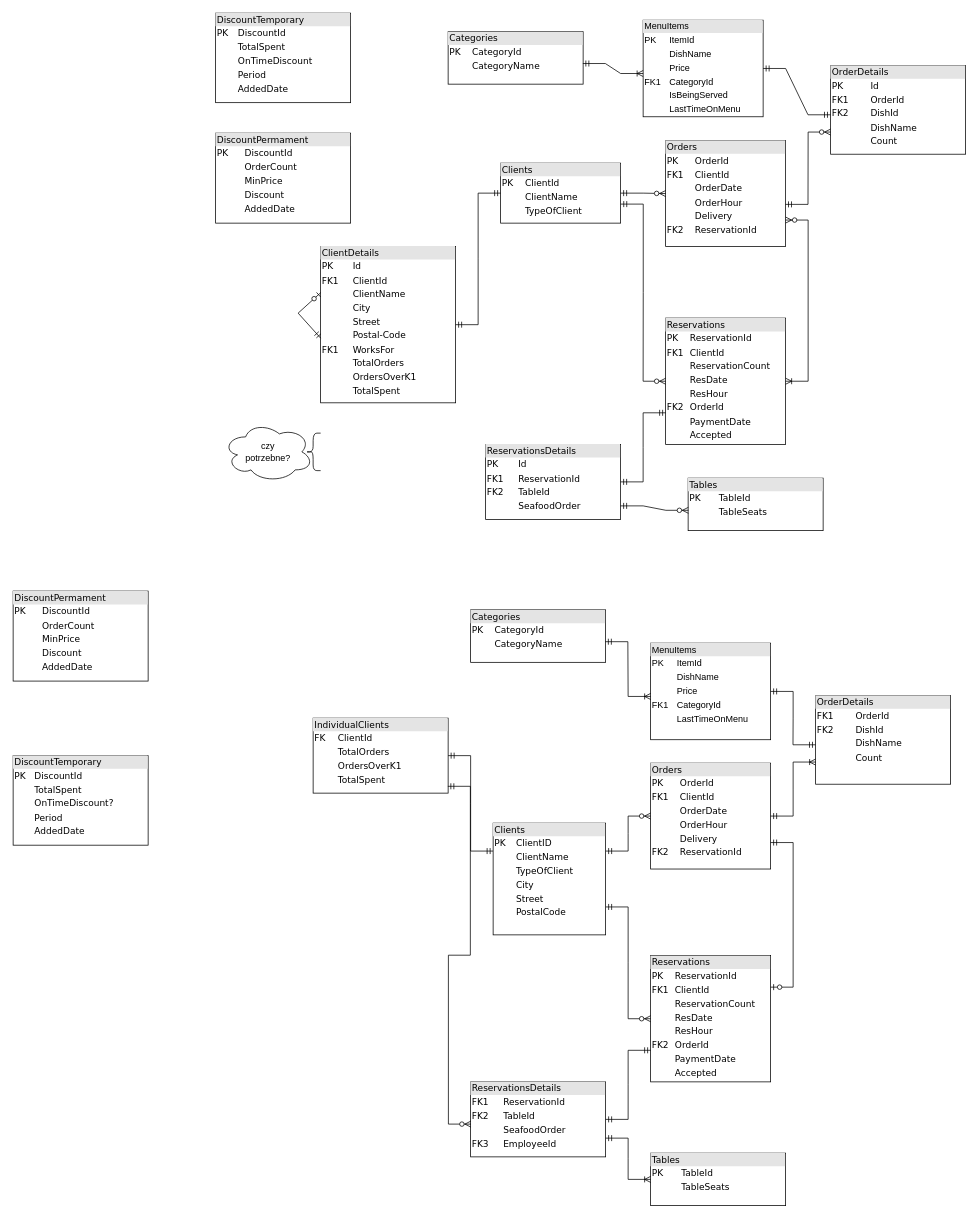
This is DataBaseSchema.drawio from mczajor/DataBases, a draw.io file, before an edit. Source tidied: cells renumbered, new cells numbered last; positions are measured from the earlier drawing's top-left corner, leaving out a move shared by most shapes. Both pictures are drawn from the tidied source at 75%, with x=0, y=0 at pixel (13, 13).
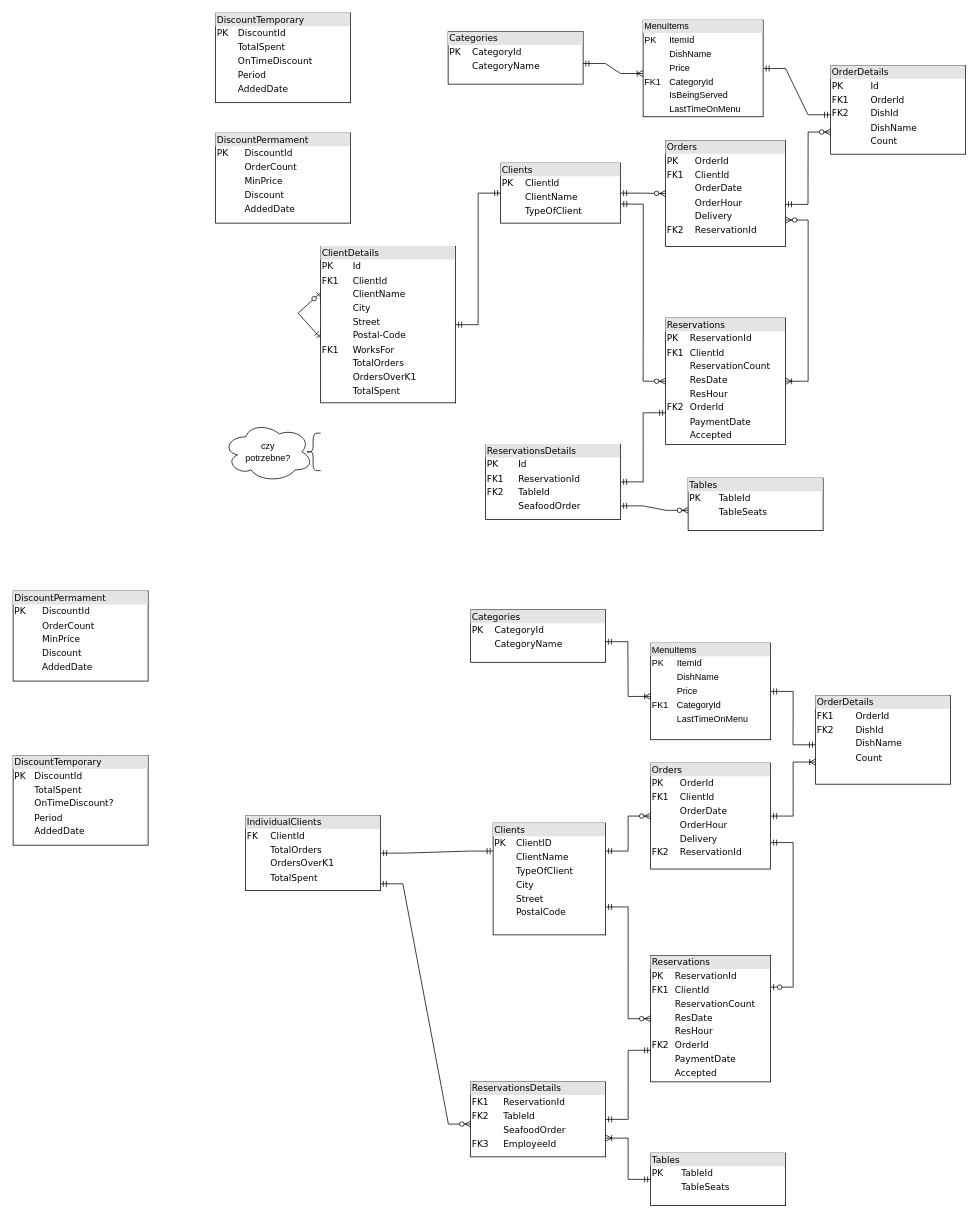
The same diagram, later.

The change refers to these unchanged cells:
```xml
<mxCell id="30" value="&lt;div style=&quot;box-sizing:border-box;width:100%;background:#e4e4e4;padding:2px;&quot;&gt;Tables&lt;/div&gt;&lt;table style=&quot;width:100%;font-size:1em;&quot; cellspacing=&quot;0&quot; cellpadding=&quot;2&quot;&gt;&lt;tbody&gt;&lt;tr&gt;&lt;td&gt;PK&lt;br&gt;&lt;/td&gt;&lt;td&gt;TableId&lt;/td&gt;&lt;/tr&gt;&lt;tr&gt;&lt;td&gt;&lt;br&gt;&lt;/td&gt;&lt;td&gt;TableSeats&lt;/td&gt;&lt;/tr&gt;&lt;/tbody&gt;&lt;/table&gt;" style="verticalAlign=top;align=left;overflow=fill;html=1;rounded=0;shadow=0;comic=0;labelBackgroundColor=none;strokeWidth=1;fontFamily=Verdana;fontSize=12;" parent="1" vertex="1">
  <mxGeometry x="850" y="1520" width="180" height="70" as="geometry" />
</mxCell>
<mxCell id="31" value="&lt;div style=&quot;box-sizing: border-box ; width: 100% ; background: #e4e4e4 ; padding: 2px&quot;&gt;ReservationsDetails&lt;/div&gt;&lt;table style=&quot;width: 100% ; font-size: 1em&quot; cellspacing=&quot;0&quot; cellpadding=&quot;2&quot;&gt;&lt;tbody&gt;&lt;tr&gt;&lt;td&gt;FK1&lt;br&gt;&lt;/td&gt;&lt;td&gt;ReservationId&lt;/td&gt;&lt;/tr&gt;&lt;tr&gt;&lt;td&gt;FK2&lt;br&gt;&lt;/td&gt;&lt;td&gt;TableId&lt;br&gt;&lt;/td&gt;&lt;/tr&gt;&lt;tr&gt;&lt;td&gt;&lt;br&gt;&lt;/td&gt;&lt;td&gt;SeafoodOrder&lt;br&gt;&lt;/td&gt;&lt;/tr&gt;&lt;tr&gt;&lt;td&gt;FK3&lt;br&gt;&lt;/td&gt;&lt;td&gt;EmployeeId&lt;br&gt;&lt;/td&gt;&lt;/tr&gt;&lt;/tbody&gt;&lt;/table&gt;" style="verticalAlign=top;align=left;overflow=fill;html=1;rounded=0;shadow=0;comic=0;labelBackgroundColor=none;strokeWidth=1;fontFamily=Verdana;fontSize=12;" parent="1" vertex="1">
  <mxGeometry x="610" y="1425" width="180" height="100" as="geometry" />
</mxCell>
```

The edit, as a diff of the source:
```diff
@@
     <mxCell id="41" value="&lt;div style=&quot;box-sizing: border-box ; width: 100% ; background: #e4e4e4 ; padding: 2px&quot;&gt;IndividualClients&lt;/div&gt;&lt;table style=&quot;width: 100% ; font-size: 1em&quot; cellspacing=&quot;0&quot; cellpadding=&quot;2&quot;&gt;&lt;tbody&gt;&lt;tr&gt;&lt;td&gt;FK&lt;/td&gt;&lt;td&gt;ClientId&lt;/td&gt;&lt;/tr&gt;&lt;tr&gt;&lt;td&gt;&lt;br&gt;&lt;/td&gt;&lt;td&gt;TotalOrders&lt;br&gt;&lt;/td&gt;&lt;/tr&gt;&lt;tr&gt;&lt;td&gt;&lt;br&gt;&lt;/td&gt;&lt;td&gt;OrdersOverK1&lt;br&gt;&lt;/td&gt;&lt;/tr&gt;&lt;tr&gt;&lt;td&gt;&lt;br&gt;&lt;/td&gt;&lt;td&gt;TotalSpent&lt;br&gt;&lt;/td&gt;&lt;/tr&gt;&lt;/tbody&gt;&lt;/table&gt;" style="verticalAlign=top;align=left;overflow=fill;html=1;rounded=0;shadow=0;comic=0;labelBackgroundColor=none;strokeWidth=1;fontFamily=Verdana;fontSize=12;" parent="1" vertex="1">
-      <mxGeometry x="400" y="940" width="180" height="100" as="geometry" />
+      <mxGeometry x="310" y="1070" width="180" height="100" as="geometry" />
     </mxCell>
@@
-    <mxCell id="47" style="edgeStyle=entityRelationEdgeStyle;fontSize=12;html=1;endArrow=ERoneToMany;startArrow=ERmandOne;rounded=0;exitX=1;exitY=0.75;exitDx=0;exitDy=0;entryX=0;entryY=0.5;entryDx=0;entryDy=0;" parent="1" edge="1" source="31" target="30">
+    <mxCell id="47" style="edgeStyle=entityRelationEdgeStyle;fontSize=12;html=1;endArrow=ERoneToMany;startArrow=ERmandOne;rounded=0;exitX=0;exitY=0.5;exitDx=0;exitDy=0;entryX=1;entryY=0.75;entryDx=0;entryDy=0;" parent="1" edge="1" source="30" target="31">
       <mxGeometry relative="1" as="geometry" />
     </mxCell>
```
